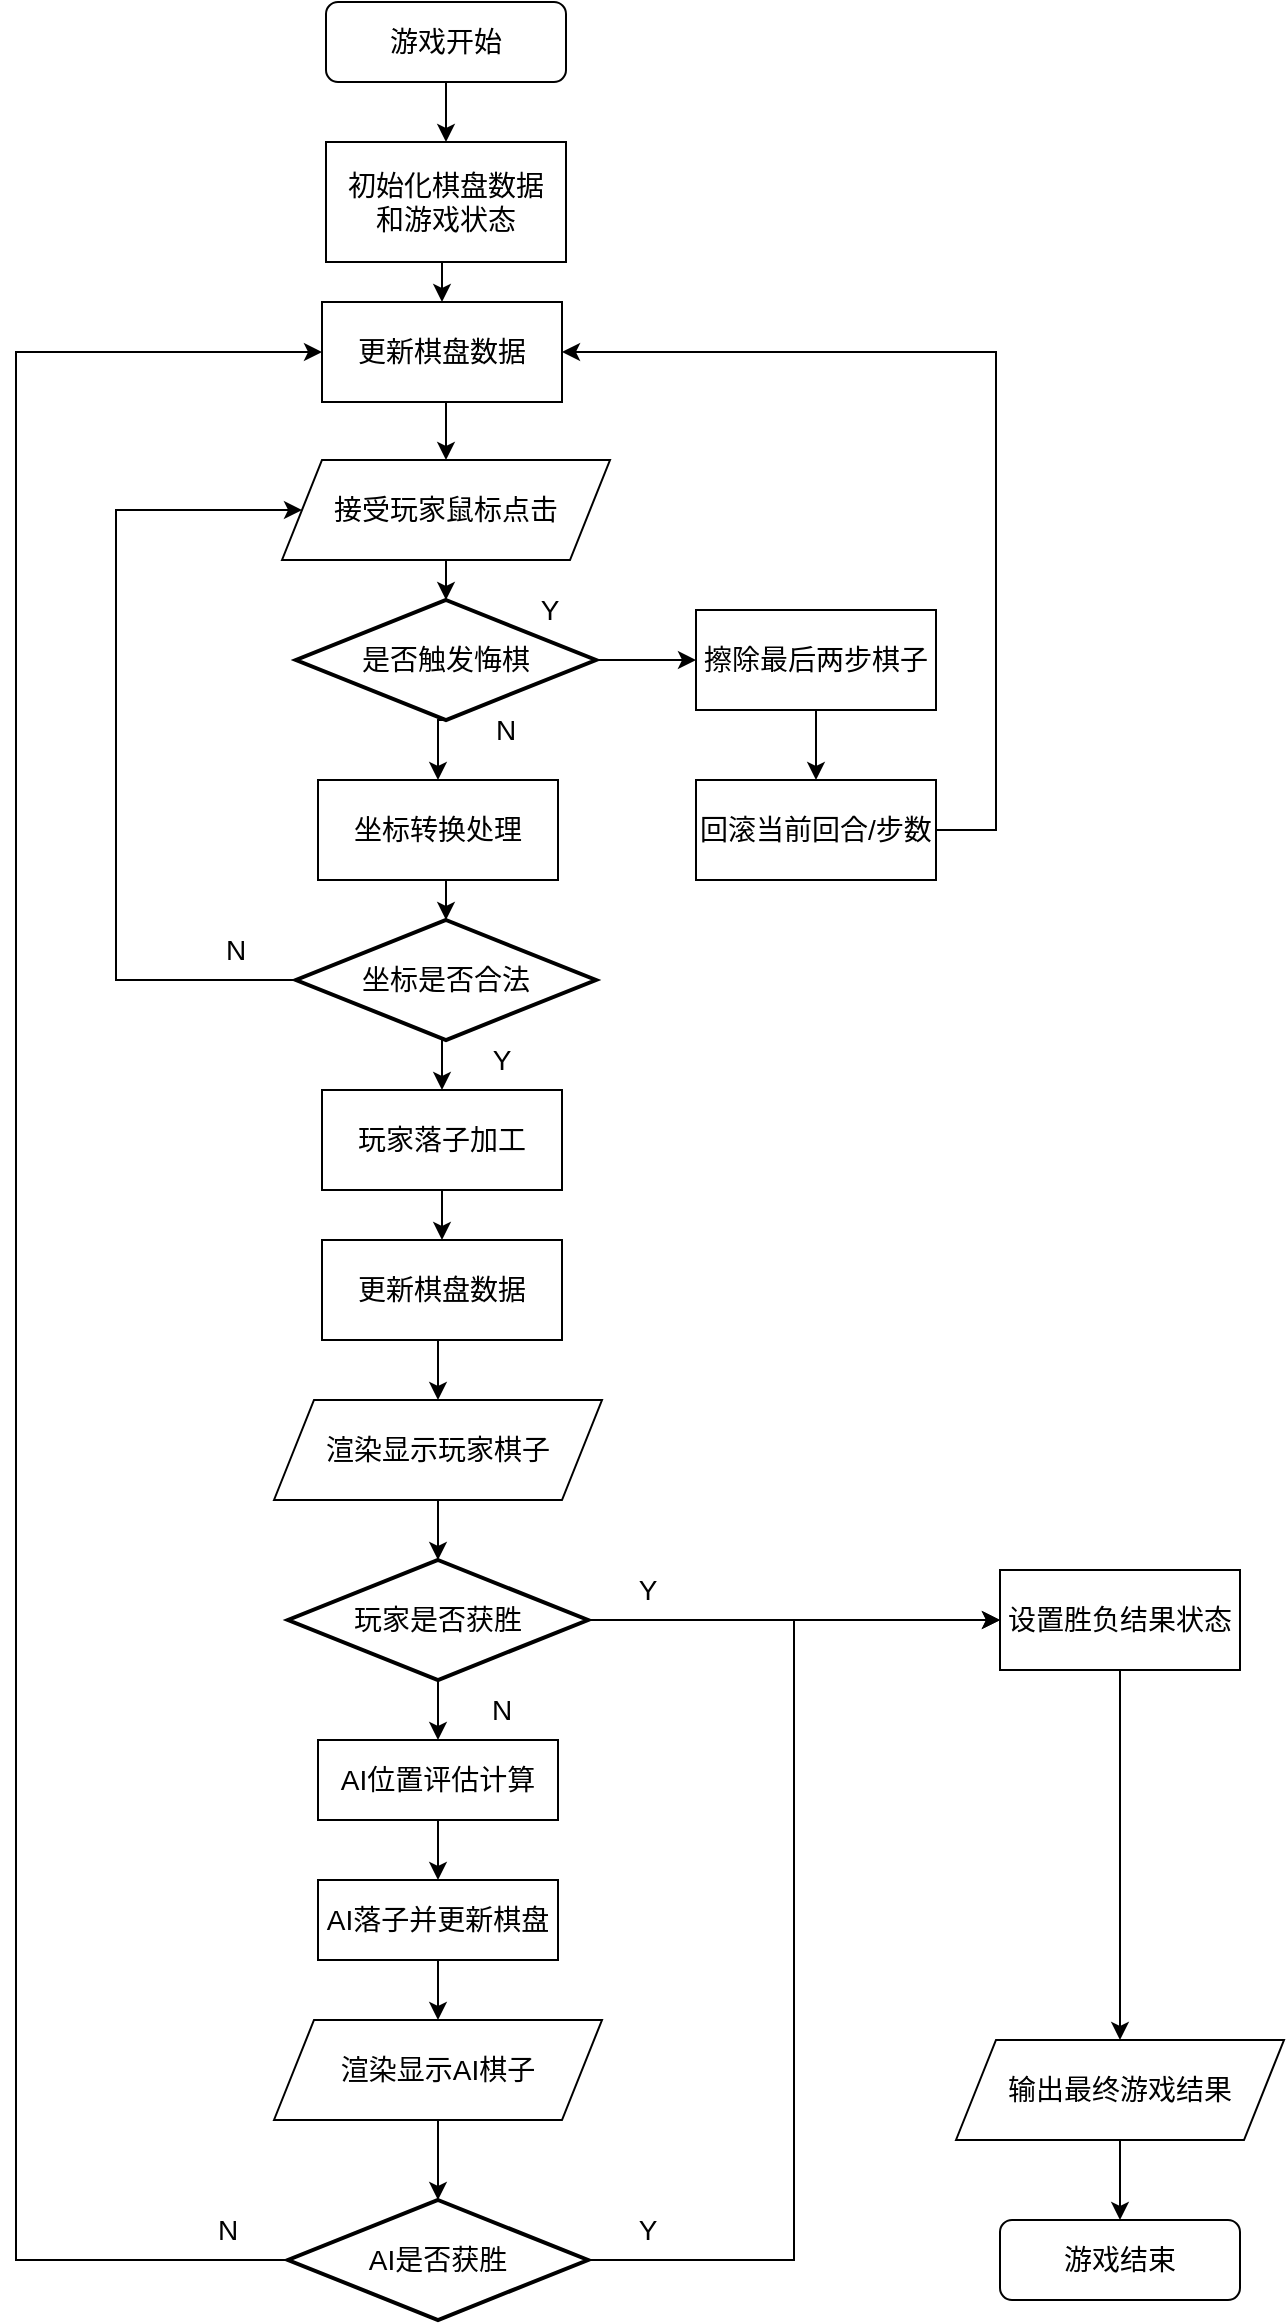
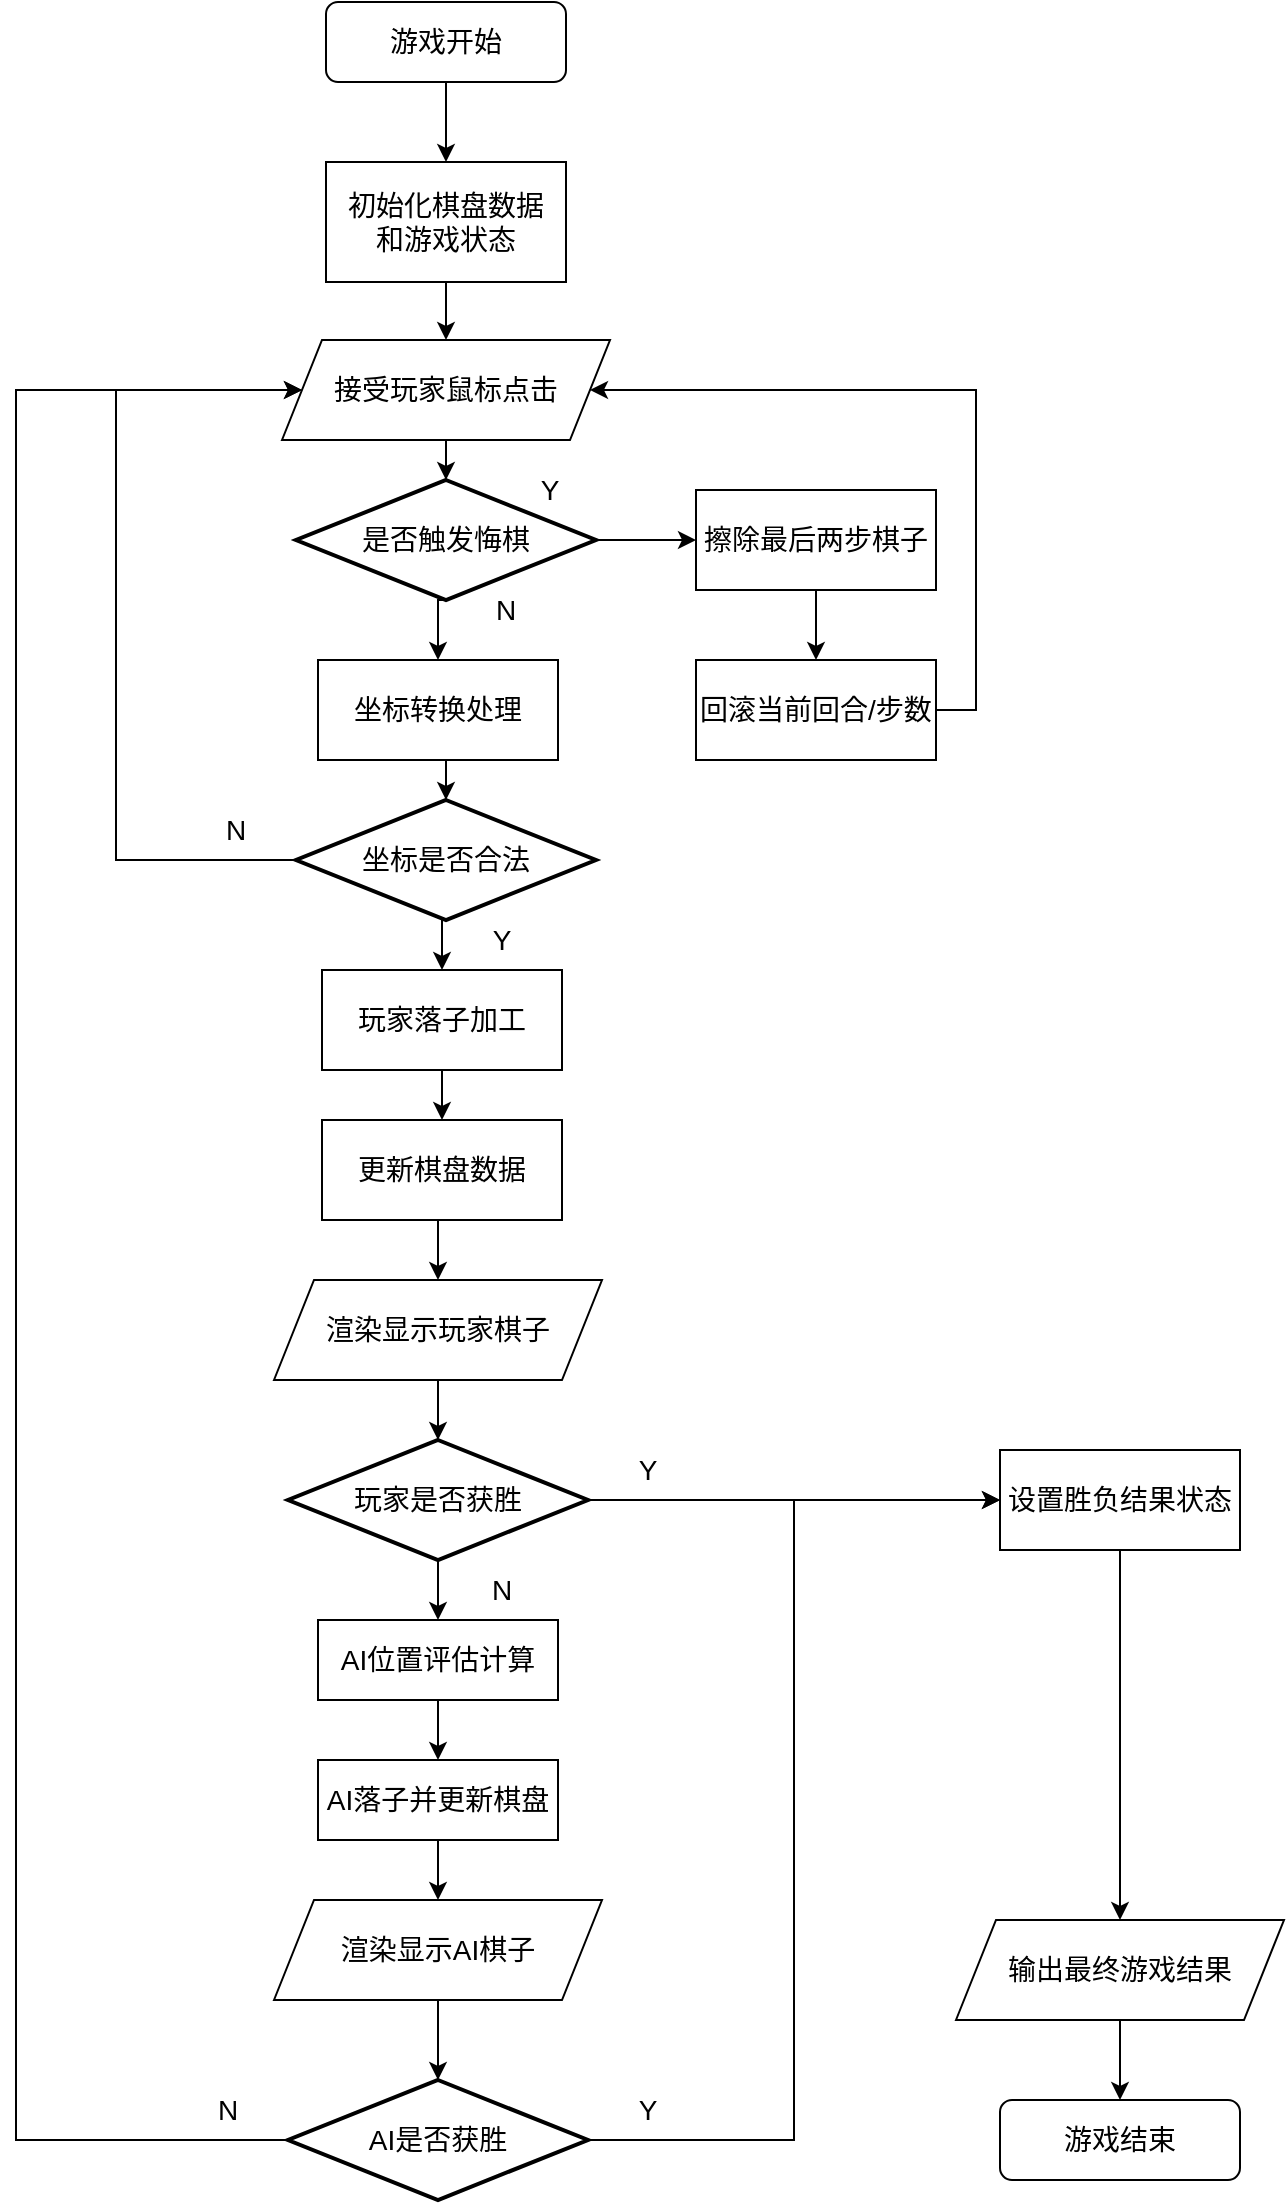
<mxfile host="app.diagrams.net">
  <diagram name="Page-1" id="Ut53iUmTTLsHKbGdxMO9">
    <mxGraphModel dx="2054" dy="1198" grid="1" gridSize="10" guides="1" tooltips="1" connect="1" arrows="1" fold="1" page="1" pageScale="1" pageWidth="827" pageHeight="1169" math="0" shadow="0">
      <root>
        <mxCell id="0" />
        <mxCell id="1" parent="0" />
-         <mxCell id="LBzLqDpE-ghOYlSVNWWL-92" edge="1" parent="1" source="LBzLqDpE-ghOYlSVNWWL-6" style="edgeStyle=orthogonalEdgeStyle;rounded=0;orthogonalLoop=1;jettySize=auto;html=1;exitX=0.5;exitY=1;exitDx=0;exitDy=0;entryX=0.5;entryY=0;entryDx=0;entryDy=0;" target="LBzLqDpE-ghOYlSVNWWL-91">
-           <mxGeometry relative="1" as="geometry" />
+         <mxCell id="LBzLqDpE-ghOYlSVNWWL-92" edge="1" parent="1" source="LBzLqDpE-ghOYlSVNWWL-6" style="edgeStyle=orthogonalEdgeStyle;rounded=0;orthogonalLoop=1;jettySize=auto;html=1;exitX=0.5;exitY=1;exitDx=0;exitDy=0;entryX=0.5;entryY=0;entryDx=0;entryDy=0;" target="LBzLqDpE-ghOYlSVNWWL-9">
+           <mxGeometry relative="1" as="geometry">
+             <mxPoint x="363" y="125" as="targetPoint" />
+           </mxGeometry>
        </mxCell>
        <mxCell id="LBzLqDpE-ghOYlSVNWWL-6" parent="1" style="rounded=0;whiteSpace=wrap;html=1;" value="&lt;font style=&quot;font-size: 14px;&quot;&gt;初始化棋盘数据&lt;/font&gt;&lt;div&gt;&lt;span style=&quot;font-size: 14px; background-color: transparent; color: light-dark(rgb(0, 0, 0), rgb(255, 255, 255));&quot;&gt;和游戏状态&lt;/span&gt;&lt;/div&gt;" vertex="1">
-           <mxGeometry height="60" width="120" x="335" y="80" as="geometry" />
+           <mxGeometry height="60" width="120" x="305" y="115" as="geometry" />
        </mxCell>
        <mxCell id="LBzLqDpE-ghOYlSVNWWL-8" edge="1" parent="1" source="LBzLqDpE-ghOYlSVNWWL-7" style="edgeStyle=orthogonalEdgeStyle;rounded=0;orthogonalLoop=1;jettySize=auto;html=1;exitX=0.5;exitY=1;exitDx=0;exitDy=0;entryX=0.5;entryY=0;entryDx=0;entryDy=0;" target="LBzLqDpE-ghOYlSVNWWL-6">
          <mxGeometry relative="1" as="geometry" />
        </mxCell>
        <mxCell id="LBzLqDpE-ghOYlSVNWWL-7" parent="1" style="rounded=1;whiteSpace=wrap;html=1;" value="&lt;font style=&quot;font-size: 14px;&quot;&gt;游戏开始&lt;/font&gt;" vertex="1">
-           <mxGeometry height="40" width="120" x="335" y="10" as="geometry" />
+           <mxGeometry height="40" width="120" x="305" y="35" as="geometry" />
        </mxCell>
        <mxCell id="LBzLqDpE-ghOYlSVNWWL-9" parent="1" style="shape=parallelogram;perimeter=parallelogramPerimeter;whiteSpace=wrap;html=1;fixedSize=1;" value="&lt;font style=&quot;font-size: 14px;&quot;&gt;接受玩家鼠标点击&lt;/font&gt;" vertex="1">
-           <mxGeometry height="50" width="164" x="313" y="239" as="geometry" />
+           <mxGeometry height="50" width="164" x="283" y="204" as="geometry" />
        </mxCell>
        <mxCell id="LBzLqDpE-ghOYlSVNWWL-16" edge="1" parent="1" source="LBzLqDpE-ghOYlSVNWWL-13" style="edgeStyle=orthogonalEdgeStyle;rounded=0;orthogonalLoop=1;jettySize=auto;html=1;exitX=0.5;exitY=1;exitDx=0;exitDy=0;exitPerimeter=0;entryX=0.5;entryY=0;entryDx=0;entryDy=0;" target="LBzLqDpE-ghOYlSVNWWL-15">
          <mxGeometry relative="1" as="geometry" />
        </mxCell>
        <mxCell id="LBzLqDpE-ghOYlSVNWWL-13" parent="1" style="strokeWidth=2;html=1;shape=mxgraph.flowchart.decision;whiteSpace=wrap;" value="&lt;font style=&quot;font-size: 14px;&quot;&gt;是否触发悔棋&lt;/font&gt;" vertex="1">
-           <mxGeometry height="60" width="150" x="320" y="309" as="geometry" />
+           <mxGeometry height="60" width="150" x="290" y="274" as="geometry" />
        </mxCell>
        <mxCell id="LBzLqDpE-ghOYlSVNWWL-14" edge="1" parent="1" source="LBzLqDpE-ghOYlSVNWWL-9" style="edgeStyle=orthogonalEdgeStyle;rounded=0;orthogonalLoop=1;jettySize=auto;html=1;exitX=0.5;exitY=1;exitDx=0;exitDy=0;entryX=0.5;entryY=0;entryDx=0;entryDy=0;entryPerimeter=0;" target="LBzLqDpE-ghOYlSVNWWL-13">
          <mxGeometry relative="1" as="geometry" />
        </mxCell>
        <mxCell id="LBzLqDpE-ghOYlSVNWWL-15" parent="1" style="rounded=0;whiteSpace=wrap;html=1;" value="&lt;font style=&quot;font-size: 14px;&quot;&gt;坐标转换处理&lt;/font&gt;" vertex="1">
-           <mxGeometry height="50" width="120" x="331" y="399" as="geometry" />
+           <mxGeometry height="50" width="120" x="301" y="364" as="geometry" />
        </mxCell>
        <mxCell id="LBzLqDpE-ghOYlSVNWWL-17" parent="1" style="text;html=1;whiteSpace=wrap;strokeColor=none;fillColor=none;align=center;verticalAlign=middle;rounded=0;" value="&lt;font style=&quot;font-size: 14px;&quot;&gt;N&lt;/font&gt;" vertex="1">
-           <mxGeometry height="30" width="60" x="395" y="359" as="geometry" />
+           <mxGeometry height="30" width="60" x="365" y="324" as="geometry" />
        </mxCell>
        <mxCell id="LBzLqDpE-ghOYlSVNWWL-22" edge="1" parent="1" source="LBzLqDpE-ghOYlSVNWWL-18" style="rounded=0;orthogonalLoop=1;jettySize=auto;html=1;exitX=0.5;exitY=1;exitDx=0;exitDy=0;exitPerimeter=0;entryX=0.5;entryY=0;entryDx=0;entryDy=0;edgeStyle=orthogonalEdgeStyle;" target="LBzLqDpE-ghOYlSVNWWL-21">
          <mxGeometry relative="1" as="geometry" />
        </mxCell>
        <mxCell id="LBzLqDpE-ghOYlSVNWWL-79" edge="1" parent="1" source="LBzLqDpE-ghOYlSVNWWL-18" style="edgeStyle=orthogonalEdgeStyle;rounded=0;orthogonalLoop=1;jettySize=auto;html=1;exitX=0;exitY=0.5;exitDx=0;exitDy=0;exitPerimeter=0;entryX=0;entryY=0.5;entryDx=0;entryDy=0;" target="LBzLqDpE-ghOYlSVNWWL-9">
          <mxGeometry relative="1" as="geometry">
            <Array as="points">
-               <mxPoint x="230" y="499" />
-               <mxPoint x="230" y="264" />
+               <mxPoint x="200" y="464" />
+               <mxPoint x="200" y="229" />
            </Array>
          </mxGeometry>
        </mxCell>
        <mxCell id="LBzLqDpE-ghOYlSVNWWL-18" parent="1" style="strokeWidth=2;html=1;shape=mxgraph.flowchart.decision;whiteSpace=wrap;" value="&lt;font style=&quot;font-size: 14px;&quot;&gt;坐标是否合法&lt;/font&gt;" vertex="1">
-           <mxGeometry height="60" width="150" x="320" y="469" as="geometry" />
+           <mxGeometry height="60" width="150" x="290" y="434" as="geometry" />
        </mxCell>
        <mxCell id="LBzLqDpE-ghOYlSVNWWL-25" edge="1" parent="1" source="LBzLqDpE-ghOYlSVNWWL-21" style="edgeStyle=orthogonalEdgeStyle;rounded=0;orthogonalLoop=1;jettySize=auto;html=1;exitX=0.5;exitY=1;exitDx=0;exitDy=0;entryX=0.5;entryY=0;entryDx=0;entryDy=0;" target="LBzLqDpE-ghOYlSVNWWL-24">
          <mxGeometry relative="1" as="geometry" />
        </mxCell>
        <mxCell id="LBzLqDpE-ghOYlSVNWWL-21" parent="1" style="rounded=0;whiteSpace=wrap;html=1;" value="&lt;font style=&quot;font-size: 14px;&quot;&gt;玩家落子加工&lt;/font&gt;" vertex="1">
-           <mxGeometry height="50" width="120" x="333" y="554" as="geometry" />
+           <mxGeometry height="50" width="120" x="303" y="519" as="geometry" />
        </mxCell>
        <mxCell id="LBzLqDpE-ghOYlSVNWWL-23" parent="1" style="text;html=1;whiteSpace=wrap;strokeColor=none;fillColor=none;align=center;verticalAlign=middle;rounded=0;" value="&lt;font style=&quot;font-size: 14px;&quot;&gt;Y&lt;/font&gt;" vertex="1">
-           <mxGeometry height="30" width="60" x="393" y="524" as="geometry" />
+           <mxGeometry height="30" width="60" x="363" y="489" as="geometry" />
        </mxCell>
        <mxCell id="LBzLqDpE-ghOYlSVNWWL-27" edge="1" parent="1" source="LBzLqDpE-ghOYlSVNWWL-24" style="edgeStyle=orthogonalEdgeStyle;rounded=0;orthogonalLoop=1;jettySize=auto;html=1;exitX=0.5;exitY=1;exitDx=0;exitDy=0;entryX=0.5;entryY=0;entryDx=0;entryDy=0;" target="LBzLqDpE-ghOYlSVNWWL-26">
          <mxGeometry relative="1" as="geometry" />
        </mxCell>
        <mxCell id="LBzLqDpE-ghOYlSVNWWL-24" parent="1" style="rounded=0;whiteSpace=wrap;html=1;" value="&lt;font style=&quot;font-size: 14px;&quot;&gt;更新棋盘数据&lt;/font&gt;" vertex="1">
-           <mxGeometry height="50" width="120" x="333" y="629" as="geometry" />
+           <mxGeometry height="50" width="120" x="303" y="594" as="geometry" />
        </mxCell>
        <mxCell id="LBzLqDpE-ghOYlSVNWWL-26" parent="1" style="shape=parallelogram;perimeter=parallelogramPerimeter;whiteSpace=wrap;html=1;fixedSize=1;" value="&lt;font style=&quot;font-size: 14px;&quot;&gt;渲染显示玩家棋子&lt;/font&gt;" vertex="1">
-           <mxGeometry height="50" width="164" x="309" y="709" as="geometry" />
+           <mxGeometry height="50" width="164" x="279" y="674" as="geometry" />
        </mxCell>
        <mxCell id="LBzLqDpE-ghOYlSVNWWL-33" edge="1" parent="1" source="LBzLqDpE-ghOYlSVNWWL-30" style="edgeStyle=orthogonalEdgeStyle;rounded=0;orthogonalLoop=1;jettySize=auto;html=1;exitX=0.5;exitY=1;exitDx=0;exitDy=0;exitPerimeter=0;entryX=0.5;entryY=0;entryDx=0;entryDy=0;" target="LBzLqDpE-ghOYlSVNWWL-32">
          <mxGeometry relative="1" as="geometry" />
        </mxCell>
        <mxCell id="LBzLqDpE-ghOYlSVNWWL-84" edge="1" parent="1" source="LBzLqDpE-ghOYlSVNWWL-30" style="edgeStyle=orthogonalEdgeStyle;rounded=0;orthogonalLoop=1;jettySize=auto;html=1;exitX=1;exitY=0.5;exitDx=0;exitDy=0;exitPerimeter=0;entryX=0;entryY=0.5;entryDx=0;entryDy=0;" target="LBzLqDpE-ghOYlSVNWWL-45">
          <mxGeometry relative="1" as="geometry" />
        </mxCell>
        <mxCell id="LBzLqDpE-ghOYlSVNWWL-30" parent="1" style="strokeWidth=2;html=1;shape=mxgraph.flowchart.decision;whiteSpace=wrap;" value="&lt;font style=&quot;font-size: 14px;&quot;&gt;玩家是否获胜&lt;/font&gt;" vertex="1">
-           <mxGeometry height="60" width="150" x="316" y="789" as="geometry" />
+           <mxGeometry height="60" width="150" x="286" y="754" as="geometry" />
        </mxCell>
        <mxCell id="LBzLqDpE-ghOYlSVNWWL-31" edge="1" parent="1" source="LBzLqDpE-ghOYlSVNWWL-26" style="edgeStyle=orthogonalEdgeStyle;rounded=0;orthogonalLoop=1;jettySize=auto;html=1;exitX=0.5;exitY=1;exitDx=0;exitDy=0;entryX=0.5;entryY=0;entryDx=0;entryDy=0;entryPerimeter=0;" target="LBzLqDpE-ghOYlSVNWWL-30">
          <mxGeometry relative="1" as="geometry" />
        </mxCell>
        <mxCell id="LBzLqDpE-ghOYlSVNWWL-37" edge="1" parent="1" source="LBzLqDpE-ghOYlSVNWWL-32" style="edgeStyle=orthogonalEdgeStyle;rounded=0;orthogonalLoop=1;jettySize=auto;html=1;exitX=0.5;exitY=1;exitDx=0;exitDy=0;entryX=0.5;entryY=0;entryDx=0;entryDy=0;" target="LBzLqDpE-ghOYlSVNWWL-35">
          <mxGeometry relative="1" as="geometry" />
        </mxCell>
        <mxCell id="LBzLqDpE-ghOYlSVNWWL-32" parent="1" style="rounded=0;whiteSpace=wrap;html=1;" value="&lt;font style=&quot;font-size: 14px;&quot;&gt;AI位置评估计算&lt;/font&gt;" vertex="1">
-           <mxGeometry height="40" width="120" x="331" y="879" as="geometry" />
+           <mxGeometry height="40" width="120" x="301" y="844" as="geometry" />
        </mxCell>
        <mxCell id="LBzLqDpE-ghOYlSVNWWL-34" parent="1" style="text;html=1;whiteSpace=wrap;strokeColor=none;fillColor=none;align=center;verticalAlign=middle;rounded=0;" value="&lt;font style=&quot;font-size: 14px;&quot;&gt;N&lt;/font&gt;" vertex="1">
-           <mxGeometry height="30" width="60" x="393" y="849" as="geometry" />
+           <mxGeometry height="30" width="60" x="363" y="814" as="geometry" />
        </mxCell>
        <mxCell id="LBzLqDpE-ghOYlSVNWWL-39" edge="1" parent="1" source="LBzLqDpE-ghOYlSVNWWL-35" style="edgeStyle=orthogonalEdgeStyle;rounded=0;orthogonalLoop=1;jettySize=auto;html=1;exitX=0.5;exitY=1;exitDx=0;exitDy=0;entryX=0.5;entryY=0;entryDx=0;entryDy=0;" target="LBzLqDpE-ghOYlSVNWWL-38">
          <mxGeometry relative="1" as="geometry" />
        </mxCell>
        <mxCell id="LBzLqDpE-ghOYlSVNWWL-35" parent="1" style="rounded=0;whiteSpace=wrap;html=1;" value="&lt;font style=&quot;font-size: 14px;&quot;&gt;AI落子并更新棋盘&lt;/font&gt;" vertex="1">
-           <mxGeometry height="40" width="120" x="331" y="949" as="geometry" />
+           <mxGeometry height="40" width="120" x="301" y="914" as="geometry" />
        </mxCell>
        <mxCell id="LBzLqDpE-ghOYlSVNWWL-38" parent="1" style="shape=parallelogram;perimeter=parallelogramPerimeter;whiteSpace=wrap;html=1;fixedSize=1;" value="&lt;font style=&quot;font-size: 14px;&quot;&gt;渲染显示AI棋子&lt;/font&gt;" vertex="1">
-           <mxGeometry height="50" width="164" x="309" y="1019" as="geometry" />
+           <mxGeometry height="50" width="164" x="279" y="984" as="geometry" />
        </mxCell>
        <mxCell id="LBzLqDpE-ghOYlSVNWWL-85" edge="1" parent="1" source="LBzLqDpE-ghOYlSVNWWL-40" style="edgeStyle=orthogonalEdgeStyle;rounded=0;orthogonalLoop=1;jettySize=auto;html=1;exitX=1;exitY=0.5;exitDx=0;exitDy=0;exitPerimeter=0;entryX=0;entryY=0.5;entryDx=0;entryDy=0;" target="LBzLqDpE-ghOYlSVNWWL-45">
          <mxGeometry relative="1" as="geometry" />
        </mxCell>
-         <mxCell id="LBzLqDpE-ghOYlSVNWWL-89" edge="1" parent="1" source="LBzLqDpE-ghOYlSVNWWL-40" style="edgeStyle=orthogonalEdgeStyle;rounded=0;orthogonalLoop=1;jettySize=auto;html=1;exitX=0;exitY=0.5;exitDx=0;exitDy=0;exitPerimeter=0;entryX=0;entryY=0.5;entryDx=0;entryDy=0;" target="LBzLqDpE-ghOYlSVNWWL-91">
+         <mxCell id="LBzLqDpE-ghOYlSVNWWL-89" edge="1" parent="1" source="LBzLqDpE-ghOYlSVNWWL-40" style="edgeStyle=orthogonalEdgeStyle;rounded=0;orthogonalLoop=1;jettySize=auto;html=1;exitX=0;exitY=0.5;exitDx=0;exitDy=0;exitPerimeter=0;entryX=0;entryY=0.5;entryDx=0;entryDy=0;" target="LBzLqDpE-ghOYlSVNWWL-9">
          <mxGeometry relative="1" as="geometry">
            <Array as="points">
-               <mxPoint x="180" y="1139" />
-               <mxPoint x="180" y="185" />
+               <mxPoint x="150" y="1104" />
+               <mxPoint x="150" y="229" />
            </Array>
+             <mxPoint x="303" y="150" as="targetPoint" />
          </mxGeometry>
        </mxCell>
        <mxCell id="LBzLqDpE-ghOYlSVNWWL-40" parent="1" style="strokeWidth=2;html=1;shape=mxgraph.flowchart.decision;whiteSpace=wrap;" value="&lt;font style=&quot;font-size: 14px;&quot;&gt;AI是否获胜&lt;/font&gt;" vertex="1">
-           <mxGeometry height="60" width="150" x="316" y="1109" as="geometry" />
+           <mxGeometry height="60" width="150" x="286" y="1074" as="geometry" />
        </mxCell>
        <mxCell id="LBzLqDpE-ghOYlSVNWWL-41" edge="1" parent="1" source="LBzLqDpE-ghOYlSVNWWL-38" style="edgeStyle=orthogonalEdgeStyle;rounded=0;orthogonalLoop=1;jettySize=auto;html=1;exitX=0.5;exitY=1;exitDx=0;exitDy=0;entryX=0.5;entryY=0;entryDx=0;entryDy=0;entryPerimeter=0;" target="LBzLqDpE-ghOYlSVNWWL-40">
          <mxGeometry relative="1" as="geometry" />
        </mxCell>
        <mxCell id="LBzLqDpE-ghOYlSVNWWL-55" edge="1" parent="1" source="LBzLqDpE-ghOYlSVNWWL-42" style="edgeStyle=orthogonalEdgeStyle;rounded=0;orthogonalLoop=1;jettySize=auto;html=1;exitX=0.5;exitY=1;exitDx=0;exitDy=0;entryX=0.5;entryY=0;entryDx=0;entryDy=0;" target="LBzLqDpE-ghOYlSVNWWL-43">
          <mxGeometry relative="1" as="geometry" />
        </mxCell>
        <mxCell id="LBzLqDpE-ghOYlSVNWWL-42" parent="1" style="shape=parallelogram;perimeter=parallelogramPerimeter;whiteSpace=wrap;html=1;fixedSize=1;" value="&lt;font style=&quot;font-size: 14px;&quot;&gt;输出最终游戏结果&lt;/font&gt;" vertex="1">
-           <mxGeometry height="50" width="164" x="650" y="1029" as="geometry" />
+           <mxGeometry height="50" width="164" x="620" y="994" as="geometry" />
        </mxCell>
        <mxCell id="LBzLqDpE-ghOYlSVNWWL-43" parent="1" style="rounded=1;whiteSpace=wrap;html=1;" value="&lt;font style=&quot;font-size: 14px;&quot;&gt;游戏结束&lt;/font&gt;" vertex="1">
-           <mxGeometry height="40" width="120" x="672" y="1119" as="geometry" />
+           <mxGeometry height="40" width="120" x="642" y="1084" as="geometry" />
        </mxCell>
        <mxCell id="LBzLqDpE-ghOYlSVNWWL-54" edge="1" parent="1" source="LBzLqDpE-ghOYlSVNWWL-45" style="edgeStyle=orthogonalEdgeStyle;rounded=0;orthogonalLoop=1;jettySize=auto;html=1;exitX=0.5;exitY=1;exitDx=0;exitDy=0;entryX=0.5;entryY=0;entryDx=0;entryDy=0;" target="LBzLqDpE-ghOYlSVNWWL-42">
          <mxGeometry relative="1" as="geometry" />
        </mxCell>
        <mxCell id="LBzLqDpE-ghOYlSVNWWL-45" parent="1" style="rounded=0;whiteSpace=wrap;html=1;" value="&lt;font style=&quot;font-size: 14px;&quot;&gt;设置胜负结果状态&lt;/font&gt;" vertex="1">
-           <mxGeometry height="50" width="120" x="672" y="794" as="geometry" />
+           <mxGeometry height="50" width="120" x="642" y="759" as="geometry" />
        </mxCell>
        <mxCell id="LBzLqDpE-ghOYlSVNWWL-53" edge="1" parent="1" source="LBzLqDpE-ghOYlSVNWWL-46" style="edgeStyle=orthogonalEdgeStyle;rounded=0;orthogonalLoop=1;jettySize=auto;html=1;exitX=0.5;exitY=1;exitDx=0;exitDy=0;entryX=0.5;entryY=0;entryDx=0;entryDy=0;" target="LBzLqDpE-ghOYlSVNWWL-50">
          <mxGeometry relative="1" as="geometry" />
        </mxCell>
        <mxCell id="LBzLqDpE-ghOYlSVNWWL-46" parent="1" style="rounded=0;whiteSpace=wrap;html=1;" value="&lt;font style=&quot;font-size: 14px;&quot;&gt;擦除最后两步棋子&lt;/font&gt;" vertex="1">
-           <mxGeometry height="50" width="120" x="520" y="314" as="geometry" />
+           <mxGeometry height="50" width="120" x="490" y="279" as="geometry" />
        </mxCell>
        <mxCell id="LBzLqDpE-ghOYlSVNWWL-48" parent="1" style="text;html=1;whiteSpace=wrap;strokeColor=none;fillColor=none;align=center;verticalAlign=middle;rounded=0;" value="&lt;font style=&quot;font-size: 14px;&quot;&gt;Y&lt;/font&gt;" vertex="1">
-           <mxGeometry height="30" width="60" x="417" y="299" as="geometry" />
+           <mxGeometry height="30" width="60" x="387" y="264" as="geometry" />
        </mxCell>
-         <mxCell id="LBzLqDpE-ghOYlSVNWWL-83" edge="1" parent="1" source="LBzLqDpE-ghOYlSVNWWL-50" style="edgeStyle=orthogonalEdgeStyle;rounded=0;orthogonalLoop=1;jettySize=auto;html=1;exitX=1;exitY=0.5;exitDx=0;exitDy=0;entryX=1;entryY=0.5;entryDx=0;entryDy=0;" target="LBzLqDpE-ghOYlSVNWWL-91">
+         <mxCell id="LBzLqDpE-ghOYlSVNWWL-94" edge="1" parent="1" source="LBzLqDpE-ghOYlSVNWWL-50" style="edgeStyle=orthogonalEdgeStyle;rounded=0;orthogonalLoop=1;jettySize=auto;html=1;exitX=1;exitY=0.5;exitDx=0;exitDy=0;entryX=1;entryY=0.5;entryDx=0;entryDy=0;" target="LBzLqDpE-ghOYlSVNWWL-9">
          <mxGeometry relative="1" as="geometry">
            <Array as="points">
-               <mxPoint x="670" y="424" />
-               <mxPoint x="670" y="185" />
+               <mxPoint x="630" y="389" />
+               <mxPoint x="630" y="229" />
            </Array>
          </mxGeometry>
        </mxCell>
        <mxCell id="LBzLqDpE-ghOYlSVNWWL-50" parent="1" style="rounded=0;whiteSpace=wrap;html=1;" value="&lt;font style=&quot;font-size: 14px;&quot;&gt;回滚当前回合/步数&lt;/font&gt;" vertex="1">
-           <mxGeometry height="50" width="120" x="520" y="399" as="geometry" />
+           <mxGeometry height="50" width="120" x="490" y="364" as="geometry" />
        </mxCell>
        <mxCell id="LBzLqDpE-ghOYlSVNWWL-63" parent="1" style="text;html=1;whiteSpace=wrap;strokeColor=none;fillColor=none;align=center;verticalAlign=middle;rounded=0;" value="&lt;font style=&quot;font-size: 14px;&quot;&gt;Y&lt;/font&gt;" vertex="1">
-           <mxGeometry height="30" width="60" x="466" y="789" as="geometry" />
+           <mxGeometry height="30" width="60" x="436" y="754" as="geometry" />
        </mxCell>
        <mxCell id="LBzLqDpE-ghOYlSVNWWL-73" parent="1" style="text;html=1;whiteSpace=wrap;strokeColor=none;fillColor=none;align=center;verticalAlign=middle;rounded=0;" value="&lt;font style=&quot;font-size: 14px;&quot;&gt;N&lt;/font&gt;" vertex="1">
-           <mxGeometry height="30" width="60" x="260" y="469" as="geometry" />
+           <mxGeometry height="30" width="60" x="230" y="434" as="geometry" />
        </mxCell>
        <mxCell id="LBzLqDpE-ghOYlSVNWWL-75" edge="1" parent="1" source="LBzLqDpE-ghOYlSVNWWL-15" style="edgeStyle=orthogonalEdgeStyle;rounded=0;orthogonalLoop=1;jettySize=auto;html=1;exitX=0.5;exitY=1;exitDx=0;exitDy=0;entryX=0.5;entryY=0;entryDx=0;entryDy=0;entryPerimeter=0;" target="LBzLqDpE-ghOYlSVNWWL-18">
          <mxGeometry relative="1" as="geometry" />
        </mxCell>
        <mxCell id="LBzLqDpE-ghOYlSVNWWL-77" edge="1" parent="1" source="LBzLqDpE-ghOYlSVNWWL-13" style="edgeStyle=orthogonalEdgeStyle;rounded=0;orthogonalLoop=1;jettySize=auto;html=1;exitX=1;exitY=0.5;exitDx=0;exitDy=0;exitPerimeter=0;entryX=0;entryY=0.5;entryDx=0;entryDy=0;" target="LBzLqDpE-ghOYlSVNWWL-46">
          <mxGeometry relative="1" as="geometry" />
        </mxCell>
        <mxCell id="LBzLqDpE-ghOYlSVNWWL-86" parent="1" style="text;html=1;whiteSpace=wrap;strokeColor=none;fillColor=none;align=center;verticalAlign=middle;rounded=0;" value="&lt;font style=&quot;font-size: 14px;&quot;&gt;Y&lt;/font&gt;" vertex="1">
-           <mxGeometry height="30" width="60" x="466" y="1109" as="geometry" />
+           <mxGeometry height="30" width="60" x="436" y="1074" as="geometry" />
        </mxCell>
        <mxCell id="LBzLqDpE-ghOYlSVNWWL-90" parent="1" style="text;html=1;whiteSpace=wrap;strokeColor=none;fillColor=none;align=center;verticalAlign=middle;rounded=0;" value="&lt;font style=&quot;font-size: 14px;&quot;&gt;N&lt;/font&gt;" vertex="1">
-           <mxGeometry height="30" width="60" x="256" y="1109" as="geometry" />
-         </mxCell>
-         <mxCell id="LBzLqDpE-ghOYlSVNWWL-93" edge="1" parent="1" source="LBzLqDpE-ghOYlSVNWWL-91" style="edgeStyle=orthogonalEdgeStyle;rounded=0;orthogonalLoop=1;jettySize=auto;html=1;exitX=0.5;exitY=1;exitDx=0;exitDy=0;entryX=0.5;entryY=0;entryDx=0;entryDy=0;" target="LBzLqDpE-ghOYlSVNWWL-9">
-           <mxGeometry relative="1" as="geometry" />
-         </mxCell>
-         <mxCell id="LBzLqDpE-ghOYlSVNWWL-91" parent="1" style="rounded=0;whiteSpace=wrap;html=1;" value="&lt;font style=&quot;font-size: 14px;&quot;&gt;更新棋盘数据&lt;/font&gt;" vertex="1">
-           <mxGeometry height="50" width="120" x="333" y="160" as="geometry" />
+           <mxGeometry height="30" width="60" x="226" y="1074" as="geometry" />
        </mxCell>
      </root>
    </mxGraphModel>
  </diagram>
</mxfile>
